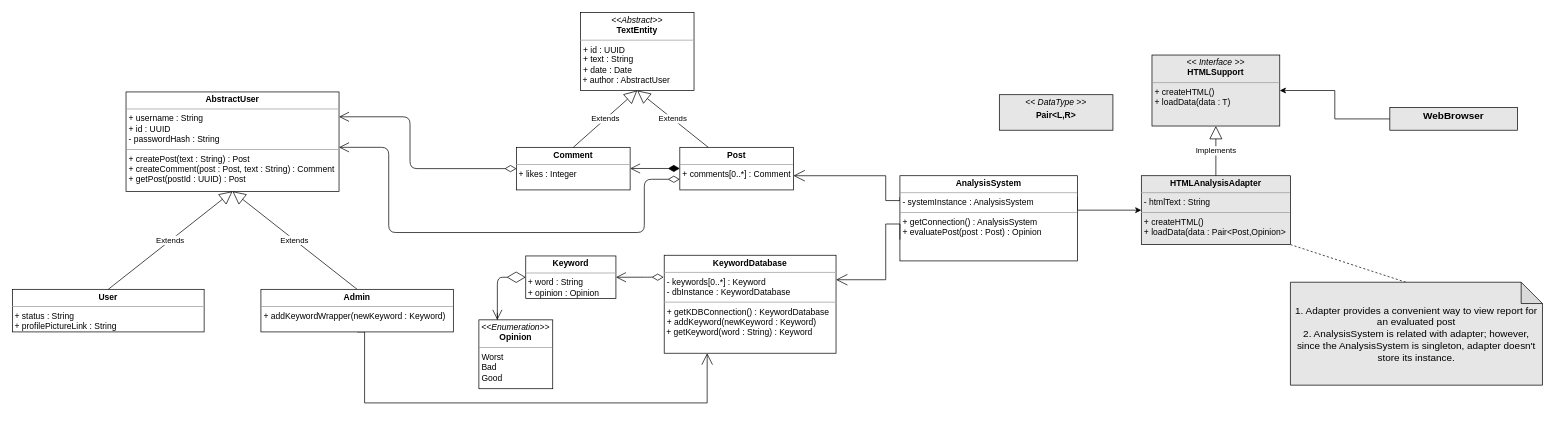
Earlier version of the draw.io diagram assignment2/uml/assignment2.drawio (ar7ch/iu-ssad). Source tidied: cells renumbered, new cells numbered last; positions are measured from the earlier drawing's top-left corner, leaving out a move shared by most shapes. Both pictures are drawn from the tidied source at 71%, with x=0, y=0 at pixel (12, 12).
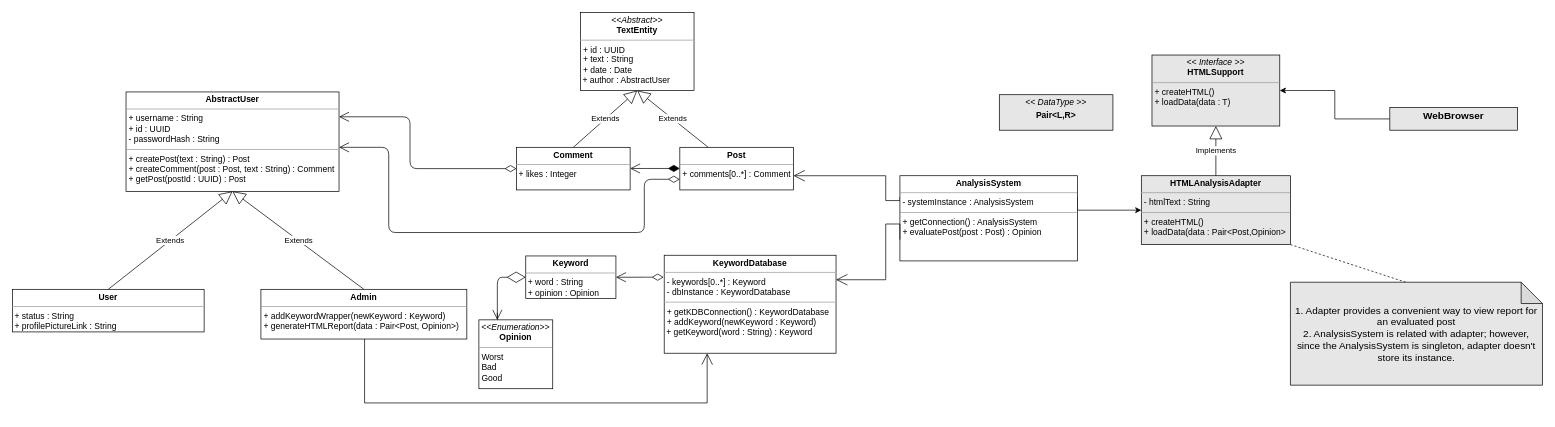
The same page after the edit.

Change to the diagram source:
```diff
@@
-    <mxCell id="24" value="&lt;p style=&quot;margin: 0px ; margin-top: 4px ; text-align: center&quot;&gt;&lt;b&gt;Admin&lt;/b&gt;&lt;/p&gt;&lt;hr size=&quot;1&quot;&gt;&lt;p style=&quot;margin: 0px ; margin-left: 4px&quot;&gt;+ addKeywordWrapper(newKeyword : Keyword)&lt;br&gt;&lt;/p&gt;" style="verticalAlign=top;align=left;overflow=fill;fontSize=12;fontFamily=Helvetica;html=1;" parent="1" vertex="1">
-      <mxGeometry x="350" y="390" width="271" height="60" as="geometry" />
+    <mxCell id="24" value="&lt;p style=&quot;margin: 0px ; margin-top: 4px ; text-align: center&quot;&gt;&lt;b&gt;Admin&lt;/b&gt;&lt;/p&gt;&lt;hr size=&quot;1&quot;&gt;&lt;p style=&quot;margin: 0px ; margin-left: 4px&quot;&gt;+ addKeywordWrapper(newKeyword : Keyword)&lt;br&gt;+ generateHTMLReport(data : Pair&amp;lt;Post, Opinion&amp;gt;)&lt;br&gt;&lt;br&gt;&lt;br&gt;&lt;/p&gt;" style="verticalAlign=top;align=left;overflow=fill;fontSize=12;fontFamily=Helvetica;html=1;" parent="1" vertex="1">
+      <mxGeometry x="350" y="390" width="290" height="70" as="geometry" />
     </mxCell>
```
